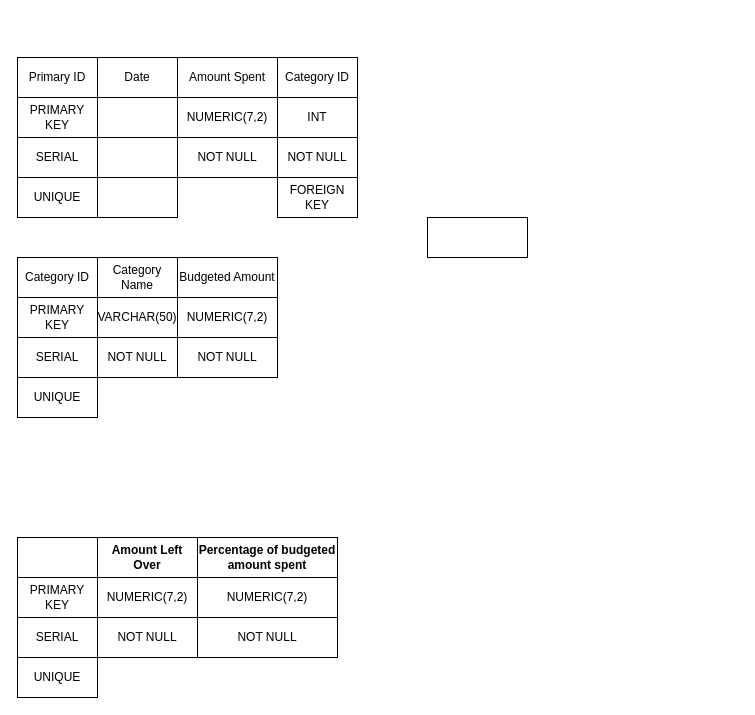
Earlier version of the draw.io diagram Untitled Diagram.drawio (Kanyisa-Ntombini/budget_app). Source tidied: cells renumbered, new cells numbered last; positions are measured from the earlier drawing's top-left corner, leaving out a move shared by most shapes. Both pictures are drawn from the tidied source at 100%, with x=0, y=0 at pixel (17, 57).
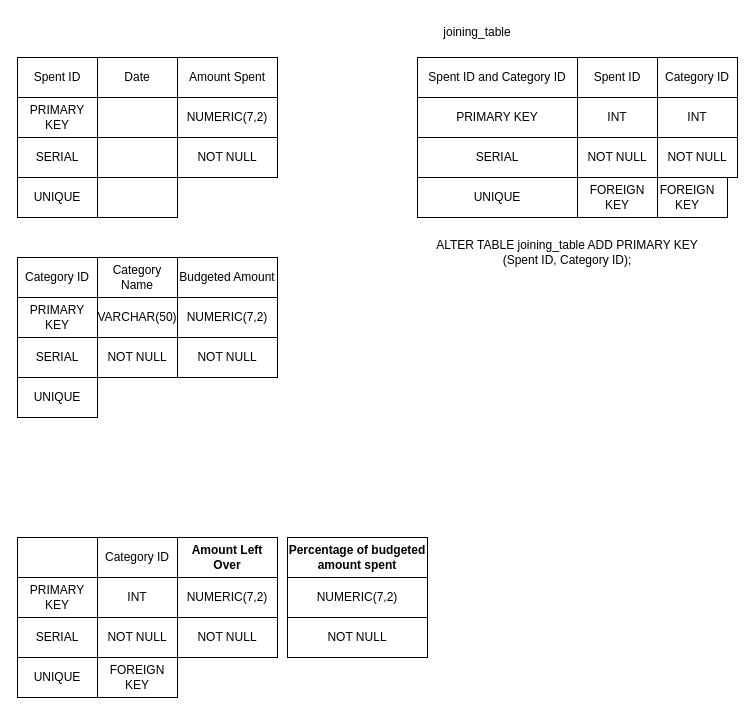
The same page after the edit.

Change to the diagram source:
```diff
@@
-    <mxCell id="2" value="Primary ID" style="rounded=0;whiteSpace=wrap;html=1;" parent="1" vertex="1">
+    <mxCell id="2" value="Spent ID" style="rounded=0;whiteSpace=wrap;html=1;" parent="1" vertex="1">
       <mxGeometry width="80" height="40" as="geometry" />
     </mxCell>
@@
     <mxCell id="4" value="Category ID" style="rounded=0;whiteSpace=wrap;html=1;" parent="1" vertex="1">
-      <mxGeometry x="260" width="80" height="40" as="geometry" />
+      <mxGeometry x="640" width="80" height="40" as="geometry" />
     </mxCell>
@@
     <mxCell id="9" value="FOREIGN KEY" style="rounded=0;whiteSpace=wrap;html=1;" parent="1" vertex="1">
-      <mxGeometry x="260" y="120" width="80" height="40" as="geometry" />
+      <mxGeometry x="630" y="120" width="80" height="40" as="geometry" />
     </mxCell>
@@
     <mxCell id="12" value="NOT NULL" style="rounded=0;whiteSpace=wrap;html=1;" parent="1" vertex="1">
-      <mxGeometry x="260" y="80" width="80" height="40" as="geometry" />
+      <mxGeometry x="640" y="80" width="80" height="40" as="geometry" />
     </mxCell>
-    <mxCell id="13" style="rounded=0;whiteSpace=wrap;html=1;" parent="1" vertex="1">
-      <mxGeometry x="410" y="160" width="100" height="40" as="geometry" />
-    </mxCell>
@@
     <mxCell id="21" value="INT" style="rounded=0;whiteSpace=wrap;html=1;" parent="1" vertex="1">
-      <mxGeometry x="260" y="40" width="80" height="40" as="geometry" />
+      <mxGeometry x="640" y="40" width="80" height="40" as="geometry" />
     </mxCell>
@@
     <mxCell id="31" value="&lt;span style=&quot;font-weight: 700;&quot;&gt;Amount Left Over&lt;/span&gt;" style="rounded=0;whiteSpace=wrap;html=1;" parent="1" vertex="1">
-      <mxGeometry x="80" y="480" width="100" height="40" as="geometry" />
+      <mxGeometry x="160" y="480" width="100" height="40" as="geometry" />
     </mxCell>
     <mxCell id="32" value="&lt;span style=&quot;font-weight: 700;&quot;&gt;Percentage of budgeted amount spent&lt;/span&gt;" style="rounded=0;whiteSpace=wrap;html=1;" parent="1" vertex="1">
-      <mxGeometry x="180" y="480" width="140" height="40" as="geometry" />
+      <mxGeometry x="270" y="480" width="140" height="40" as="geometry" />
     </mxCell>
     <mxCell id="33" value="NOT NULL" style="rounded=0;whiteSpace=wrap;html=1;" parent="1" vertex="1">
-      <mxGeometry x="80" y="560" width="100" height="40" as="geometry" />
+      <mxGeometry x="160" y="560" width="100" height="40" as="geometry" />
     </mxCell>
     <mxCell id="34" value="NOT NULL" style="rounded=0;whiteSpace=wrap;html=1;" parent="1" vertex="1">
-      <mxGeometry x="180" y="560" width="140" height="40" as="geometry" />
+      <mxGeometry x="270" y="560" width="140" height="40" as="geometry" />
     </mxCell>
@@
     <mxCell id="36" value="NUMERIC(7,2)" style="rounded=0;whiteSpace=wrap;html=1;" parent="1" vertex="1">
-      <mxGeometry x="80" y="520" width="100" height="40" as="geometry" />
+      <mxGeometry x="160" y="520" width="100" height="40" as="geometry" />
     </mxCell>
     <mxCell id="37" value="NUMERIC(7,2)" style="rounded=0;whiteSpace=wrap;html=1;" parent="1" vertex="1">
-      <mxGeometry x="180" y="520" width="140" height="40" as="geometry" />
+      <mxGeometry x="270" y="520" width="140" height="40" as="geometry" />
     </mxCell>
+    <mxCell id="38" value="Category ID" style="rounded=0;whiteSpace=wrap;html=1;" parent="1" vertex="1">
+      <mxGeometry x="80" y="480" width="80" height="40" as="geometry" />
+    </mxCell>
+    <mxCell id="39" value="FOREIGN KEY" style="rounded=0;whiteSpace=wrap;html=1;" parent="1" vertex="1">
+      <mxGeometry x="80" y="600" width="80" height="40" as="geometry" />
+    </mxCell>
+    <mxCell id="40" value="NOT NULL" style="rounded=0;whiteSpace=wrap;html=1;" parent="1" vertex="1">
+      <mxGeometry x="80" y="560" width="80" height="40" as="geometry" />
+    </mxCell>
+    <mxCell id="41" value="INT" style="rounded=0;whiteSpace=wrap;html=1;" parent="1" vertex="1">
+      <mxGeometry x="80" y="520" width="80" height="40" as="geometry" />
+    </mxCell>
+    <mxCell id="42" value="FOREIGN KEY" style="rounded=0;whiteSpace=wrap;html=1;" parent="1" vertex="1">
+      <mxGeometry x="560" y="120" width="80" height="40" as="geometry" />
+    </mxCell>
+    <mxCell id="43" value="NOT NULL" style="rounded=0;whiteSpace=wrap;html=1;" parent="1" vertex="1">
+      <mxGeometry x="560" y="80" width="80" height="40" as="geometry" />
+    </mxCell>
+    <mxCell id="44" value="INT" style="rounded=0;whiteSpace=wrap;html=1;" parent="1" vertex="1">
+      <mxGeometry x="560" y="40" width="80" height="40" as="geometry" />
+    </mxCell>
+    <mxCell id="45" value="Spent ID and Category ID" style="rounded=0;whiteSpace=wrap;html=1;" parent="1" vertex="1">
+      <mxGeometry x="400" width="160" height="40" as="geometry" />
+    </mxCell>
+    <mxCell id="46" value="SERIAL" style="rounded=0;whiteSpace=wrap;html=1;" parent="1" vertex="1">
+      <mxGeometry x="400" y="80" width="160" height="40" as="geometry" />
+    </mxCell>
+    <mxCell id="47" value="UNIQUE" style="rounded=0;whiteSpace=wrap;html=1;" parent="1" vertex="1">
+      <mxGeometry x="400" y="120" width="160" height="40" as="geometry" />
+    </mxCell>
+    <mxCell id="48" value="PRIMARY KEY" style="rounded=0;whiteSpace=wrap;html=1;" parent="1" vertex="1">
+      <mxGeometry x="400" y="40" width="160" height="40" as="geometry" />
+    </mxCell>
+    <mxCell id="49" value="Spent ID" style="rounded=0;whiteSpace=wrap;html=1;" parent="1" vertex="1">
+      <mxGeometry x="560" width="80" height="40" as="geometry" />
+    </mxCell>
+    <mxCell id="50" value="joining_table" style="text;html=1;whiteSpace=wrap;strokeColor=none;fillColor=none;align=center;verticalAlign=middle;rounded=0;" parent="1" vertex="1">
+      <mxGeometry x="410" y="-40" width="100" height="30" as="geometry" />
+    </mxCell>
+    <mxCell id="51" value="ALTER TABLE joining_table ADD PRIMARY KEY (Spent ID, Category ID);" style="text;html=1;whiteSpace=wrap;strokeColor=none;fillColor=none;align=center;verticalAlign=middle;rounded=0;" parent="1" vertex="1">
+      <mxGeometry x="400" y="170" width="300" height="50" as="geometry" />
+    </mxCell>
```
